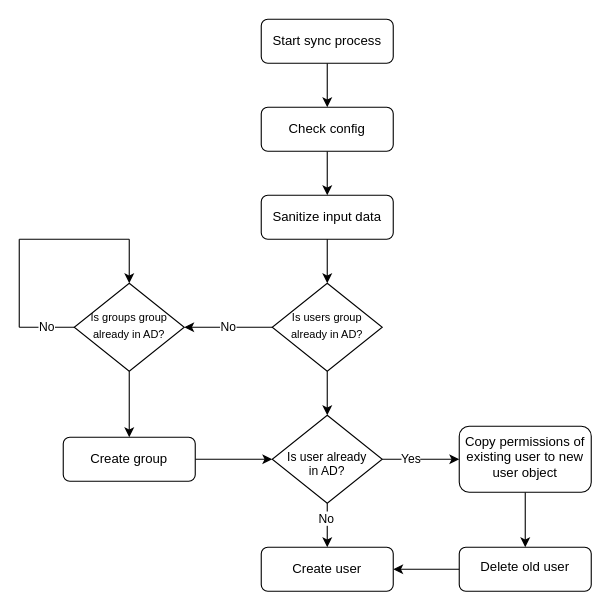
Earlier version of the draw.io diagram assets/ad-sync.drawio (AlexInABox/ad-sync). Source tidied: cells renumbered, new cells numbered last; positions are measured from the earlier drawing's top-left corner, leaving out a move shared by most shapes. Both pictures are drawn from the tidied source at 110%, with x=0, y=0 at pixel (19, 19).
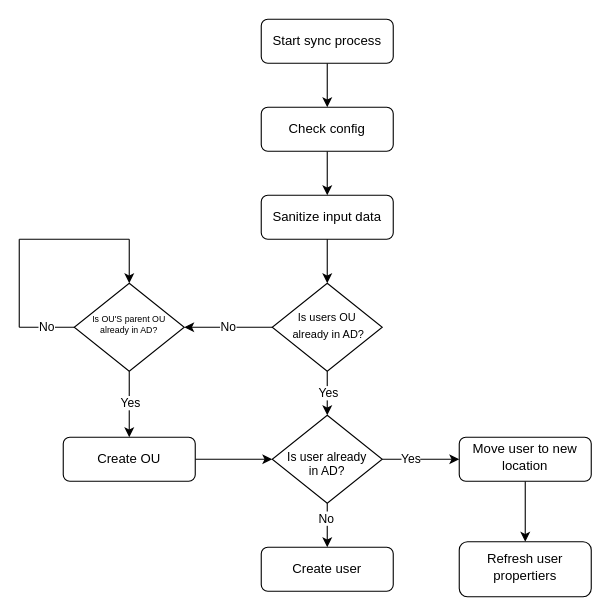
The same page after the edit.

Unchanged cells that the change refers to:
```xml
<mxCell id="7" style="edgeStyle=orthogonalEdgeStyle;rounded=0;jettySize=auto;html=1;" parent="1" edge="1" source="8">
  <mxGeometry relative="1" as="geometry">
    <mxPoint x="280" y="360" as="targetPoint" />
  </mxGeometry>
</mxCell>
<mxCell id="9" style="edgeStyle=orthogonalEdgeStyle;rounded=0;jettySize=auto;html=1;" parent="1" edge="1" source="10" target="16">
  <mxGeometry relative="1" as="geometry" />
</mxCell>
<mxCell id="26" value="Create user" style="rounded=1;whiteSpace=wrap;html=1;fontSize=12;glass=0;strokeWidth=1;shadow=0;" parent="1" vertex="1">
  <mxGeometry x="220" y="480" width="120" height="40" as="geometry" />
</mxCell>
```

Change to the diagram source:
```diff
@@
+    <mxCell id="29" value="&lt;div&gt;Yes&lt;/div&gt;" style="edgeLabel;html=1;align=center;verticalAlign=middle;" parent="7" vertex="1">
+      <mxGeometry x="0.16" y="2" relative="1" as="geometry">
+        <mxPoint x="-2" y="-3" as="offset" />
+      </mxGeometry>
+    </mxCell>
-    <mxCell id="8" value="&lt;font style=&quot;font-size: 10px;&quot;&gt;Is users group already in AD?&lt;/font&gt;" style="rhombus;whiteSpace=wrap;html=1;shadow=0;fontFamily=Helvetica;fontSize=12;align=center;strokeWidth=1;spacing=6;spacingTop=-4;" parent="1" vertex="1">
+    <mxCell id="8" value="&lt;div&gt;&lt;font style=&quot;font-size: 10px;&quot;&gt;Is users OU&lt;/font&gt;&lt;/div&gt;&lt;div&gt;&lt;font style=&quot;font-size: 10px;&quot;&gt;&amp;nbsp;already in AD?&lt;/font&gt;&lt;/div&gt;" style="rhombus;whiteSpace=wrap;html=1;shadow=0;fontFamily=Helvetica;fontSize=12;align=center;strokeWidth=1;spacing=6;spacingTop=-4;" parent="1" vertex="1">
       <mxGeometry x="230" y="240" width="100" height="80" as="geometry" />
     </mxCell>
@@
+    <mxCell id="30" value="Yes" style="edgeLabel;html=1;align=center;verticalAlign=middle;" parent="9" vertex="1">
+      <mxGeometry x="-0.07" y="3" relative="1" as="geometry">
+        <mxPoint x="-3" as="offset" />
+      </mxGeometry>
+    </mxCell>
-    <mxCell id="10" value="&lt;font style=&quot;font-size: 10px;&quot;&gt;Is groups group already in AD?&lt;/font&gt;" style="rhombus;whiteSpace=wrap;html=1;shadow=0;fontFamily=Helvetica;fontSize=12;align=center;strokeWidth=1;spacing=6;spacingTop=-4;" parent="1" vertex="1">
+    <mxCell id="10" value="&lt;div style=&quot;font-size: 8px;&quot;&gt;&lt;font style=&quot;font-size: 8px;&quot;&gt;Is OU'S parent OU already in AD?&lt;/font&gt;&lt;/div&gt;" style="rhombus;whiteSpace=wrap;html=1;shadow=0;fontFamily=Helvetica;fontSize=12;align=center;strokeWidth=1;spacing=6;spacingTop=-4;" parent="1" vertex="1">
       <mxGeometry x="50" y="240" width="100" height="80" as="geometry" />
     </mxCell>
@@
-    <mxCell id="16" value="Create group" style="rounded=1;whiteSpace=wrap;html=1;fontSize=12;glass=0;strokeWidth=1;shadow=0;" parent="1" vertex="1">
+    <mxCell id="16" value="Create OU" style="rounded=1;whiteSpace=wrap;html=1;fontSize=12;glass=0;strokeWidth=1;shadow=0;" parent="1" vertex="1">
       <mxGeometry x="40" y="380" width="120" height="40" as="geometry" />
     </mxCell>
@@
-    <mxCell id="18" value="Copy permissions of existing user to new user object" style="rounded=1;whiteSpace=wrap;html=1;shadow=0;strokeWidth=1;spacing=6;spacingTop=-4;" parent="1" vertex="1">
-      <mxGeometry x="400" y="370" width="120" height="60" as="geometry" />
+    <mxCell id="18" value="Move user to new location" style="rounded=1;whiteSpace=wrap;html=1;shadow=0;strokeWidth=1;spacing=6;spacingTop=-4;" parent="1" vertex="1">
+      <mxGeometry x="400" y="380" width="120" height="40" as="geometry" />
     </mxCell>
-    <mxCell id="19" style="edgeStyle=orthogonalEdgeStyle;rounded=0;jettySize=auto;html=1;" parent="1" edge="1" source="20" target="26">
-      <mxGeometry relative="1" as="geometry" />
-    </mxCell>
-    <mxCell id="20" value="Delete old user" style="rounded=1;whiteSpace=wrap;html=1;shadow=0;strokeWidth=1;spacing=6;spacingTop=-4;align=center;" parent="1" vertex="1">
-      <mxGeometry x="400" y="480" width="120" height="40" as="geometry" />
+    <mxCell id="20" value="Refresh user propertiers" style="rounded=1;whiteSpace=wrap;html=1;shadow=0;strokeWidth=1;spacing=6;spacingTop=-4;align=center;" parent="1" vertex="1">
+      <mxGeometry x="400" y="475" width="120" height="50" as="geometry" />
     </mxCell>
```
